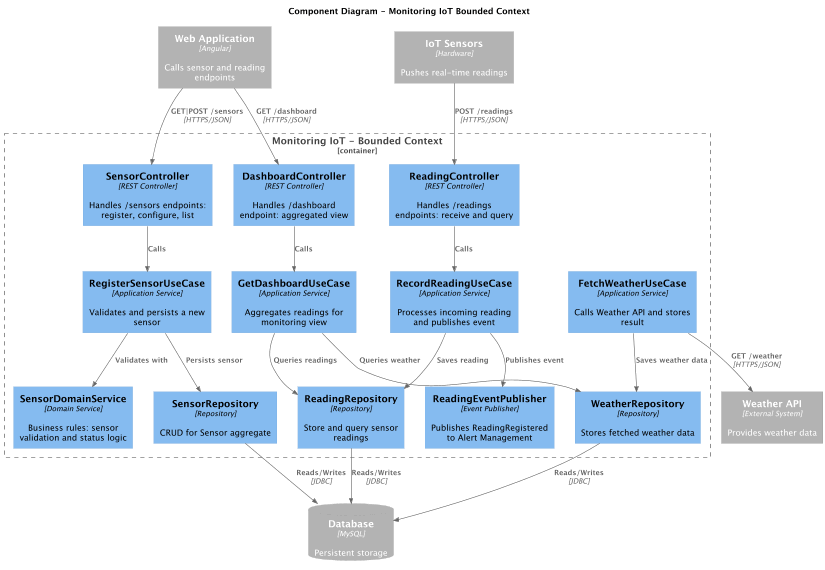
Earlier version of the PlantUML export docs/Arquitecture/img/ComponentDiagramIOT.png (upc-pre-202610-1asi0729-11881-greenspot/kampo-report).
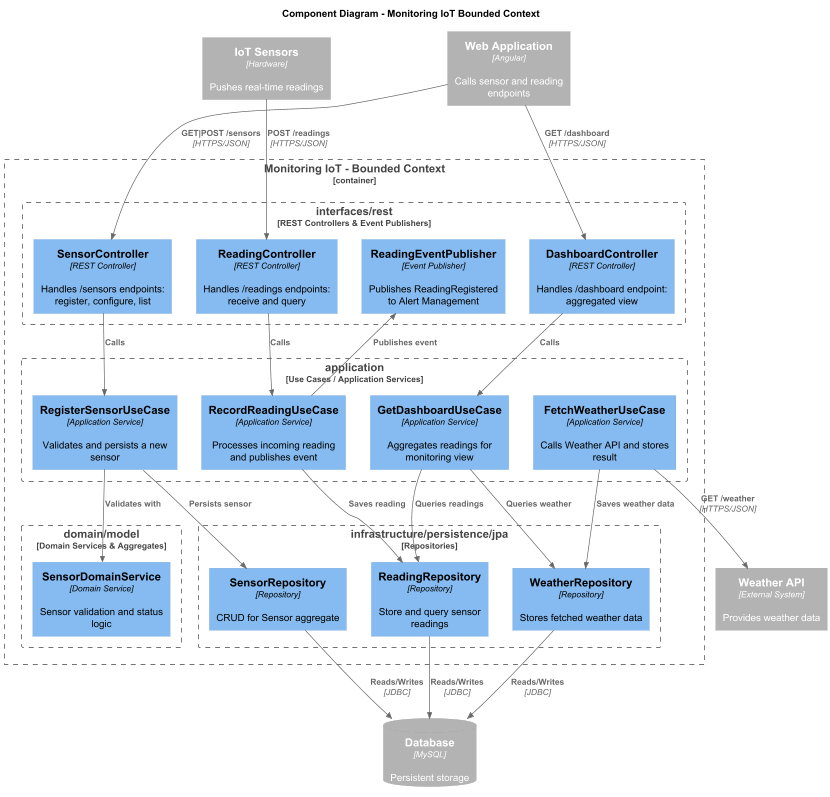
The same file after the commit.

What changed in the source:
```diff
@@ -13,43 +13,53 @@
 
 Container_Boundary(monitoringBC, "Monitoring IoT - Bounded Context") {
 
-    Component(sensorController,   "SensorController",        "REST Controller",      "Handles /sensors endpoints: register, configure, list")
-    Component(readingController,  "ReadingController",       "REST Controller",      "Handles /readings endpoints: receive and query")
-    Component(dashboardController,"DashboardController",     "REST Controller",      "Handles /dashboard endpoint: aggregated view")
+    Boundary(interfaces, "interfaces/rest", "REST Controllers & Event Publishers") {
+        Component(sensorController,    "SensorController",      "REST Controller", "Handles /sensors endpoints: register, configure, list")
+        Component(readingController,   "ReadingController",     "REST Controller", "Handles /readings endpoints: receive and query")
+        Component(dashboardController, "DashboardController",   "REST Controller", "Handles /dashboard endpoint: aggregated view")
+        Component(readingEventPub,     "ReadingEventPublisher", "Event Publisher", "Publishes ReadingRegistered to Alert Management")
+    }
 
-    Component(registerSensorUC,   "RegisterSensorUseCase",   "Application Service",  "Validates and persists a new sensor")
-    Component(recordReadingUC,    "RecordReadingUseCase",    "Application Service",  "Processes incoming reading and publishes event")
-    Component(getDashboardUC,     "GetDashboardUseCase",     "Application Service",  "Aggregates readings for monitoring view")
-    Component(fetchWeatherUC,     "FetchWeatherUseCase",     "Application Service",  "Calls Weather API and stores result")
+    Boundary(application, "application", "Use Cases / Application Services") {
+        Component(registerSensorUC, "RegisterSensorUseCase", "Application Service", "Validates and persists a new sensor")
+        Component(recordReadingUC,  "RecordReadingUseCase",  "Application Service", "Processes incoming reading and publishes event")
+        Component(getDashboardUC,   "GetDashboardUseCase",   "Application Service", "Aggregates readings for monitoring view")
+        Component(fetchWeatherUC,   "FetchWeatherUseCase",   "Application Service", "Calls Weather API and stores result")
+    }
 
-    Component(sensorDomainService,"SensorDomainService",     "Domain Service",       "Business rules: sensor validation and status logic")
+    Boundary(domain, "domain/model", "Domain Services & Aggregates") {
+        Component(sensorDomainService, "SensorDomainService", "Domain Service", "Sensor validation and status logic")
+    }
 
-    Component(sensorRepo,         "SensorRepository",        "Repository",           "CRUD for Sensor aggregate")
-    Component(readingRepo,        "ReadingRepository",       "Repository",           "Store and query sensor readings")
-    Component(weatherRepo,        "WeatherRepository",       "Repository",           "Stores fetched weather data")
-
-    Component(readingEventPub,    "ReadingEventPublisher",   "Event Publisher",      "Publishes ReadingRegistered to Alert Management")
+    Boundary(infrastructure, "infrastructure/persistence/jpa", "Repositories") {
+        Component(sensorRepo,  "SensorRepository",  "Repository", "CRUD for Sensor aggregate")
+        Component(readingRepo, "ReadingRepository", "Repository", "Store and query sensor readings")
+        Component(weatherRepo, "WeatherRepository", "Repository", "Stores fetched weather data")
+    }
 }
 
-Rel(iotSensors,        readingController,  "POST /readings",           "HTTPS/JSON")
-Rel(spa,               sensorController,   "GET|POST /sensors",        "HTTPS/JSON")
-Rel(spa,               dashboardController,"GET /dashboard",           "HTTPS/JSON")
+Rel(iotSensors, readingController,  "POST /readings",    "HTTPS/JSON")
+Rel(spa,        sensorController,   "GET|POST /sensors", "HTTPS/JSON")
+Rel(spa,        dashboardController,"GET /dashboard",    "HTTPS/JSON")
 
-Rel(sensorController,  registerSensorUC,   "Calls")
-Rel(readingController, recordReadingUC,    "Calls")
+Rel(sensorController,    registerSensorUC, "Calls")
+Rel(readingController,   recordReadingUC,  "Calls")
 Rel(dashboardController, getDashboardUC,   "Calls")
 
-Rel(registerSensorUC,  sensorDomainService,"Validates with")
-Rel(registerSensorUC,  sensorRepo,         "Persists sensor")
-Rel(recordReadingUC,   readingRepo,        "Saves reading")
-Rel(recordReadingUC,   readingEventPub,    "Publishes event")
-Rel(getDashboardUC,    readingRepo,        "Queries readings")
-Rel(getDashboardUC,    weatherRepo,        "Queries weather")
-Rel(fetchWeatherUC,    weatherApi,         "GET /weather",             "HTTPS/JSON")
-Rel(fetchWeatherUC,    weatherRepo,        "Saves weather data")
+Rel(registerSensorUC, sensorDomainService, "Validates with")
 
-Rel(sensorRepo,        db,                 "Reads/Writes",             "JDBC")
-Rel(readingRepo,       db,                 "Reads/Writes",             "JDBC")
-Rel(weatherRepo,       db,                 "Reads/Writes",             "JDBC")
+Rel(registerSensorUC, sensorRepo,  "Persists sensor")
+Rel(recordReadingUC,  readingRepo, "Saves reading")
+Rel(getDashboardUC,   readingRepo, "Queries readings")
+Rel(getDashboardUC,   weatherRepo, "Queries weather")
+Rel(fetchWeatherUC,   weatherRepo, "Saves weather data")
+
+Rel(recordReadingUC, readingEventPub, "Publishes event")
+
+Rel(fetchWeatherUC, weatherApi, "GET /weather", "HTTPS/JSON")
+
+Rel(sensorRepo,  db, "Reads/Writes", "JDBC")
+Rel(readingRepo, db, "Reads/Writes", "JDBC")
+Rel(weatherRepo, db, "Reads/Writes", "JDBC")
 
 @enduml
```
